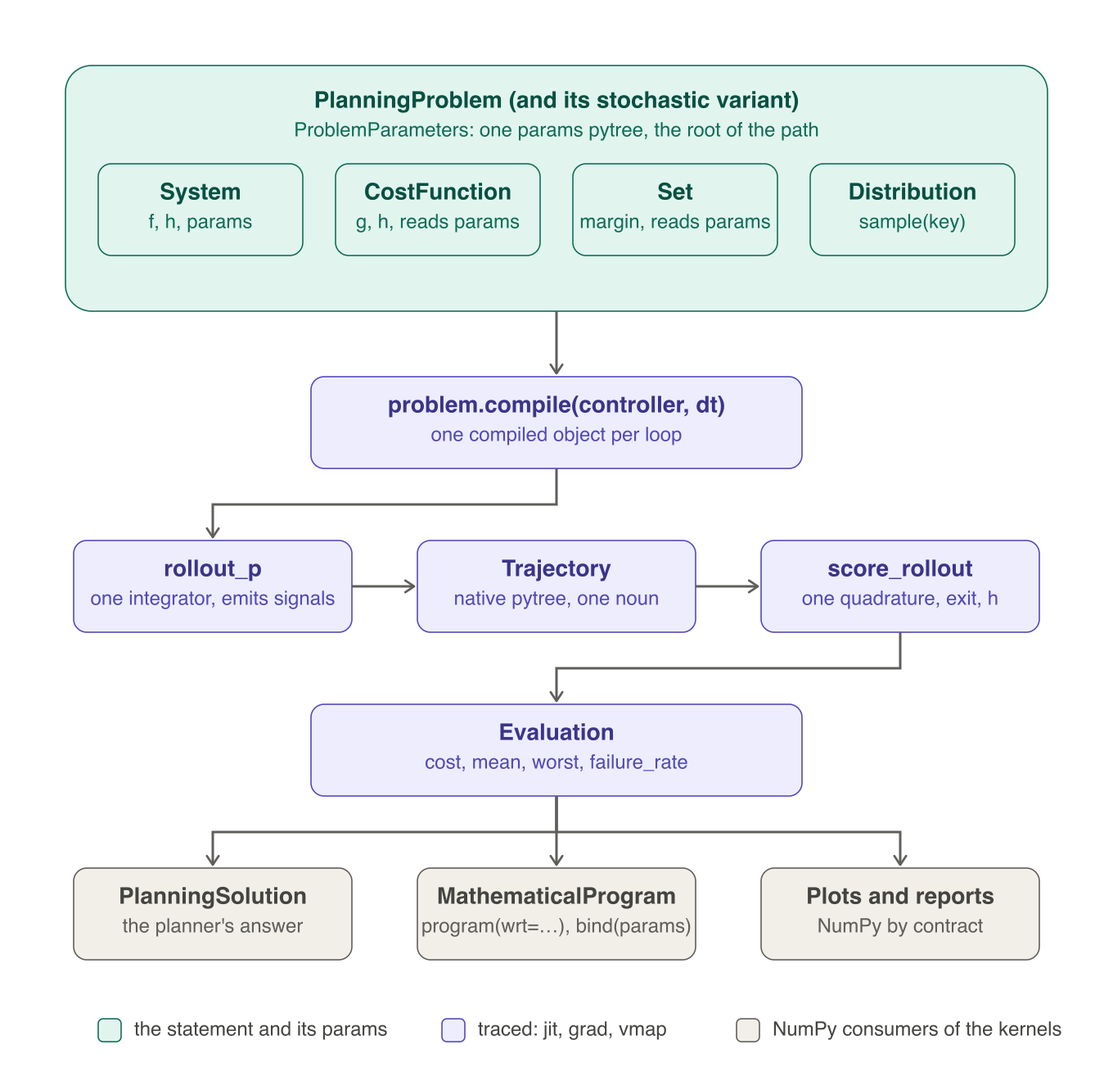
Before: docs/plans/differentiable-cost-pipeline.png, a diagram exported from Mermaid (alx87grd/minilink). Its source is kept beside it as docs/plans/differentiable-cost-pipeline.mmd. Its diagram source:
```mermaid
flowchart TB
    subgraph statement["PlanningProblem (and its stochastic variant) · ProblemParameters, one params pytree"]
        sys["System<br/><i>f, h, params</i>"]
        cost["CostFunction<br/><i>g, h, reads params</i>"]
        sets["Set<br/><i>margin, reads params</i>"]
        dist["Distribution<br/><i>sample(key)</i>"]
    end

    compile["problem.compile(controller, dt)<br/><i>one compiled object per loop</i>"]
    rollout["rollout_p<br/><i>one integrator, emits signals</i>"]
    traj["Trajectory<br/><i>native pytree, one noun</i>"]
    score["score_rollout<br/><i>one quadrature, exit, h</i>"]
    evaluation["Evaluation<br/><i>cost, mean, worst, failure_rate</i>"]

    solution["PlanningSolution<br/><i>the planner's answer</i>"]
    program["MathematicalProgram<br/><i>program(wrt=…), bind(params)</i>"]
    plots["Plots and reports<br/><i>NumPy by contract</i>"]

    sys & cost & sets & dist --> compile
    compile --> rollout --> traj --> score --> evaluation
    evaluation --> solution
    evaluation --> program
    evaluation --> plots

    classDef stmt fill:#E1F5EE,stroke:#0F6E56,color:#085041
    classDef traced fill:#EEEDFE,stroke:#534AB7,color:#3C3489
    classDef numpy fill:#F1EFE8,stroke:#5F5E5A,color:#444441
    class sys,cost,sets,dist stmt
    class compile,rollout,traj,score,evaluation traced
    class solution,program,plots numpy
    style statement fill:#E1F5EE,stroke:#0F6E56,color:#085041
```
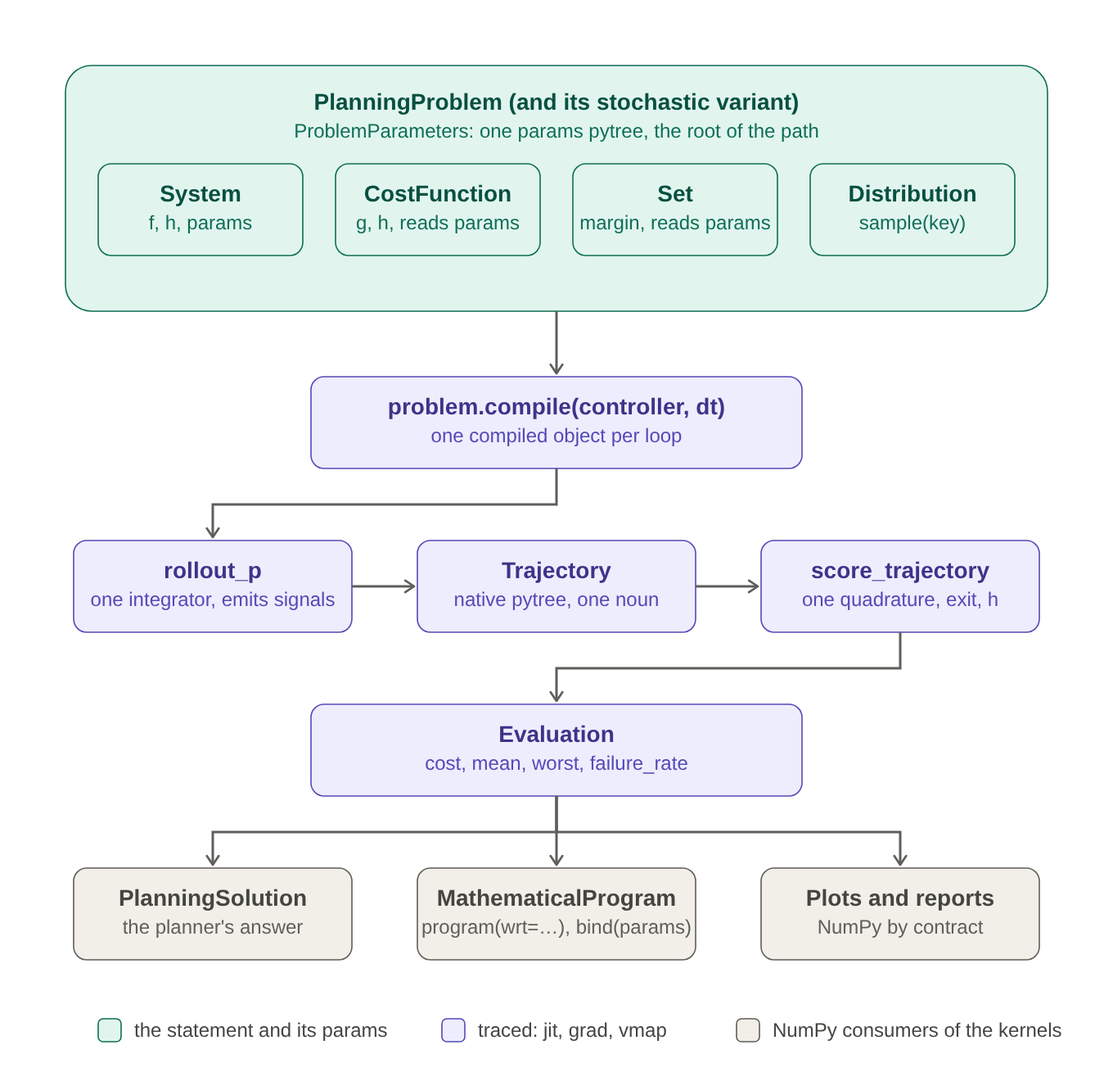
The same file after the commit.

Change to the diagram source:
```diff
@@ -9,7 +9,7 @@
     compile["problem.compile(controller, dt)<br/><i>one compiled object per loop</i>"]
     rollout["rollout_p<br/><i>one integrator, emits signals</i>"]
     traj["Trajectory<br/><i>native pytree, one noun</i>"]
-    score["score_rollout<br/><i>one quadrature, exit, h</i>"]
+    score["score_trajectory<br/><i>one quadrature, exit, h</i>"]
     evaluation["Evaluation<br/><i>cost, mean, worst, failure_rate</i>"]
 
     solution["PlanningSolution<br/><i>the planner's answer</i>"]
```
